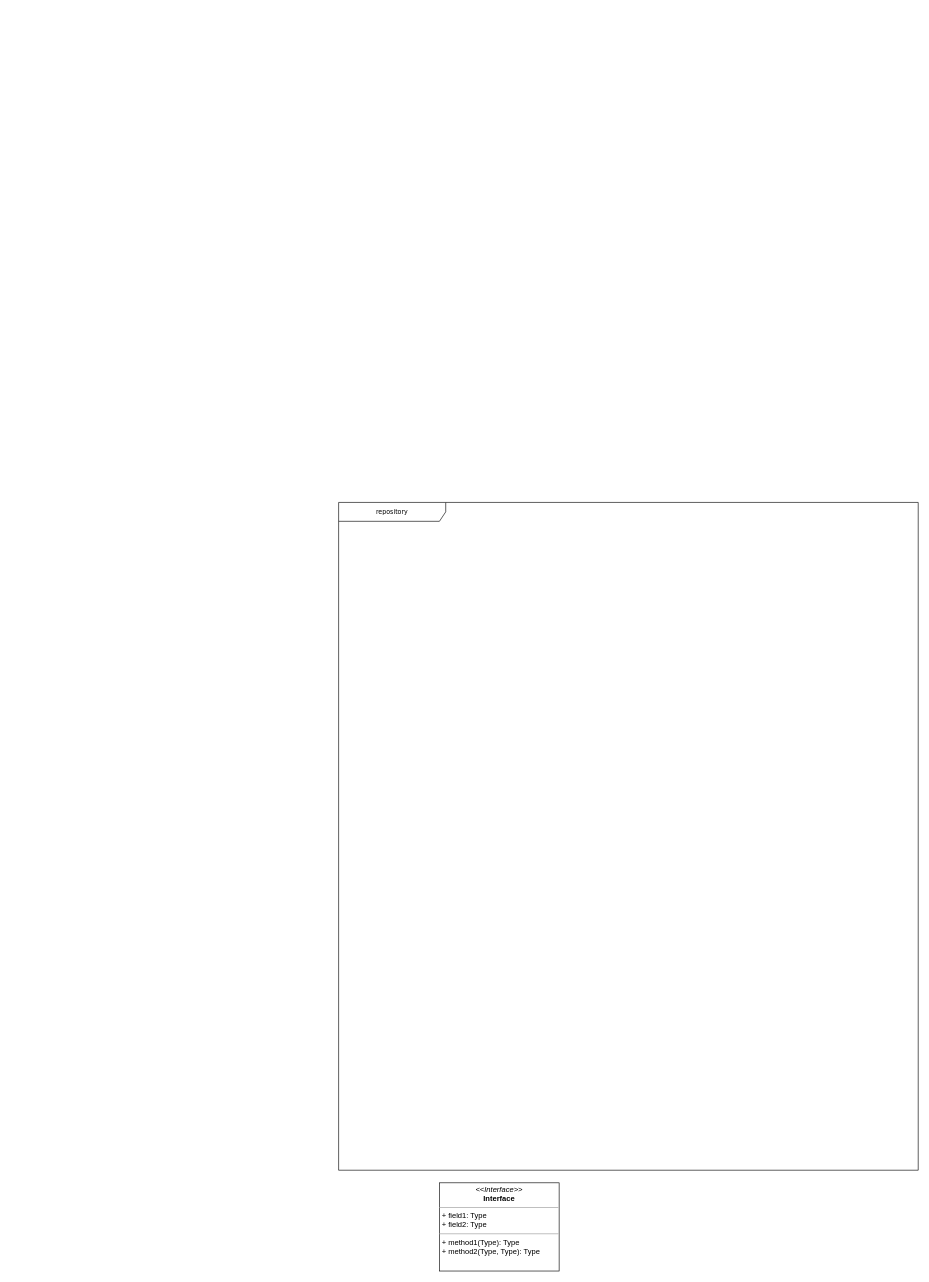
Before: page "repository" (3 of 4) of DiagrammaCalssi.drawio in davide-vigano-tas/applicazione-bancaria, a draw.io diagram. Source tidied: cells renumbered, new cells numbered last; positions are measured from the earlier drawing's top-left corner, leaving out a move shared by most shapes. Both pictures are drawn from the tidied source at 63%, with x=0, y=0 at pixel (338, 502).
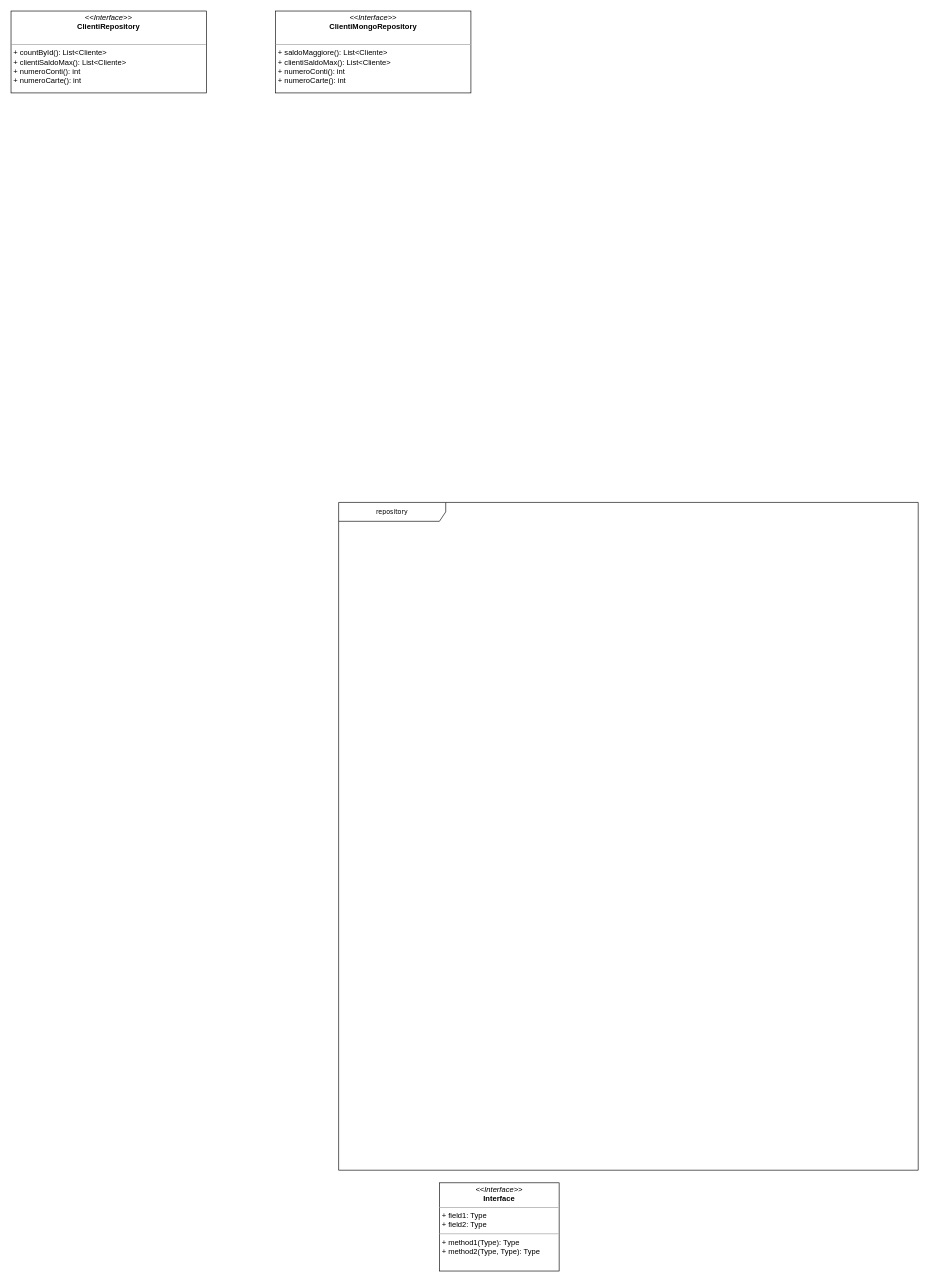
Above is the later version.

Change to the diagram source:
```diff
@@
 <mxGraphModel>
   <root>
     <mxCell id="0" />
     <mxCell id="1" parent="0" />
     <mxCell id="2" value="repository" style="shape=umlFrame;whiteSpace=wrap;html=1;rounded=0;shadow=0;comic=0;labelBackgroundColor=none;strokeWidth=1;fontFamily=Verdana;fontSize=10;align=center;width=170;height=30;" parent="1" vertex="1">
       <mxGeometry width="920" height="1060" as="geometry" />
     </mxCell>
     <mxCell id="3" value="&lt;p style=&quot;margin:0px;margin-top:4px;text-align:center;&quot;&gt;&lt;i&gt;&amp;lt;&amp;lt;Interface&amp;gt;&amp;gt;&lt;/i&gt;&lt;br/&gt;&lt;b&gt;Interface&lt;/b&gt;&lt;/p&gt;&lt;hr size=&quot;1&quot;/&gt;&lt;p style=&quot;margin:0px;margin-left:4px;&quot;&gt;+ field1: Type&lt;br/&gt;+ field2: Type&lt;/p&gt;&lt;hr size=&quot;1&quot;/&gt;&lt;p style=&quot;margin:0px;margin-left:4px;&quot;&gt;+ method1(Type): Type&lt;br/&gt;+ method2(Type, Type): Type&lt;/p&gt;" style="verticalAlign=top;align=left;overflow=fill;fontSize=12;fontFamily=Helvetica;html=1;rounded=0;shadow=0;comic=0;labelBackgroundColor=none;strokeWidth=1;" parent="1" vertex="1">
       <mxGeometry x="160" y="1080" width="190" height="140" as="geometry" />
     </mxCell>
+    <mxCell id="4" value="&lt;p style=&quot;margin:0px;margin-top:4px;text-align:center;&quot;&gt;&lt;i&gt;&amp;lt;&amp;lt;Interface&amp;gt;&amp;gt;&lt;/i&gt;&lt;br&gt;&lt;b&gt;ClientiRepository&lt;/b&gt;&lt;/p&gt;&lt;p style=&quot;margin:0px;margin-left:4px;&quot;&gt;&lt;br&gt;&lt;/p&gt;&lt;hr size=&quot;1&quot;&gt;&lt;p style=&quot;margin:0px;margin-left:4px;&quot;&gt;+ countById(): List&amp;lt;Cliente&amp;gt;&lt;/p&gt;&lt;p style=&quot;margin: 0px 0px 0px 4px;&quot;&gt;+ clientiSaldoMax(): List&amp;lt;Cliente&amp;gt;&lt;/p&gt;&lt;p style=&quot;margin: 0px 0px 0px 4px;&quot;&gt;+ numeroConti(): int&lt;/p&gt;&lt;p style=&quot;margin: 0px 0px 0px 4px;&quot;&gt;+ numeroCarte(): int&lt;/p&gt;&lt;p style=&quot;margin: 0px 0px 0px 4px;&quot;&gt;&lt;br&gt;&lt;/p&gt;&lt;p style=&quot;margin: 0px 0px 0px 4px;&quot;&gt;&lt;br&gt;&lt;/p&gt;" style="verticalAlign=top;align=left;overflow=fill;fontSize=12;fontFamily=Helvetica;html=1;rounded=0;shadow=0;comic=0;labelBackgroundColor=none;strokeWidth=1;" parent="1" vertex="1">
+      <mxGeometry x="-520" y="-780" width="310" height="130" as="geometry" />
+    </mxCell>
+    <mxCell id="5" value="&lt;p style=&quot;margin:0px;margin-top:4px;text-align:center;&quot;&gt;&lt;i&gt;&amp;lt;&amp;lt;Interface&amp;gt;&amp;gt;&lt;/i&gt;&lt;br&gt;&lt;b&gt;ClientiMongoRepository&lt;/b&gt;&lt;/p&gt;&lt;p style=&quot;margin:0px;margin-left:4px;&quot;&gt;&lt;br&gt;&lt;/p&gt;&lt;hr size=&quot;1&quot;&gt;&lt;p style=&quot;margin:0px;margin-left:4px;&quot;&gt;+ saldoMaggiore(): List&amp;lt;Cliente&amp;gt;&lt;/p&gt;&lt;p style=&quot;margin: 0px 0px 0px 4px;&quot;&gt;+ clientiSaldoMax(): List&amp;lt;Cliente&amp;gt;&lt;/p&gt;&lt;p style=&quot;margin: 0px 0px 0px 4px;&quot;&gt;+ numeroConti(): int&lt;/p&gt;&lt;p style=&quot;margin: 0px 0px 0px 4px;&quot;&gt;+ numeroCarte(): int&lt;/p&gt;&lt;p style=&quot;margin: 0px 0px 0px 4px;&quot;&gt;&lt;br&gt;&lt;/p&gt;&lt;p style=&quot;margin: 0px 0px 0px 4px;&quot;&gt;&lt;br&gt;&lt;/p&gt;" style="verticalAlign=top;align=left;overflow=fill;fontSize=12;fontFamily=Helvetica;html=1;rounded=0;shadow=0;comic=0;labelBackgroundColor=none;strokeWidth=1;" parent="1" vertex="1">
+      <mxGeometry x="-100" y="-780" width="310" height="130" as="geometry" />
+    </mxCell>
   </root>
 </mxGraphModel>
```
